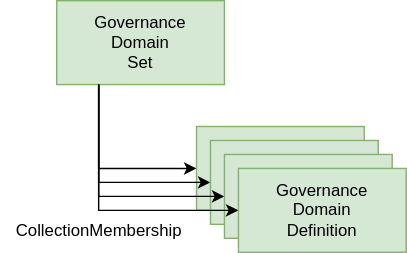
Before: site/docs/guides/planning/governance-program/governance-domain-definitions.svg, a diagram exported from draw.io (odpi/egeria-docs). Source tidied: cells renumbered, new cells last; positions are measured from the earlier drawing's top-left corner, leaving out a move shared by most shapes.
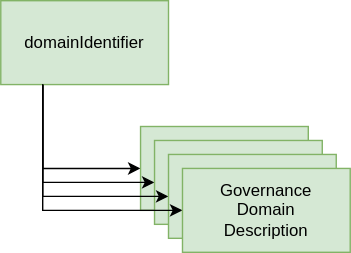
The same file after the commit.

Diff of the diagram source:
```diff
@@ -5,7 +5,7 @@
     <mxCell id="2" style="edgeStyle=orthogonalEdgeStyle;rounded=0;jettySize=auto;html=1;exitX=0.25;exitY=1;exitDx=0;exitDy=0;entryX=0;entryY=0.5;entryDx=0;entryDy=0;" parent="1" edge="1" source="3" target="4">
       <mxGeometry relative="1" as="geometry" />
     </mxCell>
-    <mxCell id="3" value="Governance &lt;br&gt;Domain&lt;br&gt;Set" style="rounded=0;whiteSpace=wrap;html=1;fillColor=#d5e8d4;strokeColor=#82b366;" parent="1" vertex="1">
+    <mxCell id="3" value="domainIdentifier" style="rounded=0;whiteSpace=wrap;html=1;fillColor=#d5e8d4;strokeColor=#82b366;" parent="1" vertex="1">
       <mxGeometry x="40" width="120" height="60" as="geometry" />
     </mxCell>
     <mxCell id="4" value="Governance&lt;br&gt;Domain&lt;br&gt;Definition" style="rounded=0;whiteSpace=wrap;html=1;fillColor=#d5e8d4;strokeColor=#82b366;" parent="1" vertex="1">
@@ -26,11 +26,8 @@
     <mxCell id="9" style="edgeStyle=orthogonalEdgeStyle;rounded=0;jettySize=auto;html=1;exitX=0.25;exitY=1;exitDx=0;exitDy=0;entryX=0;entryY=0.5;entryDx=0;entryDy=0;" parent="1" edge="1" source="3" target="10">
       <mxGeometry relative="1" as="geometry" />
     </mxCell>
-    <mxCell id="10" value="Governance&lt;br&gt;Domain&lt;br&gt;Definition" style="rounded=0;whiteSpace=wrap;html=1;fillColor=#d5e8d4;strokeColor=#82b366;" parent="1" vertex="1">
+    <mxCell id="10" value="Governance&lt;br&gt;Domain&lt;br&gt;Description" style="rounded=0;whiteSpace=wrap;html=1;fillColor=#d5e8d4;strokeColor=#82b366;" parent="1" vertex="1">
       <mxGeometry x="170" y="120" width="120" height="60" as="geometry" />
     </mxCell>
-    <mxCell id="11" value="CollectionMembership" style="text;html=1;align=center;verticalAlign=middle;strokeColor=none;fillColor=none;" parent="1" vertex="1">
-      <mxGeometry y="150" width="140" height="30" as="geometry" />
-    </mxCell>
   </root>
 </mxGraphModel>
```
